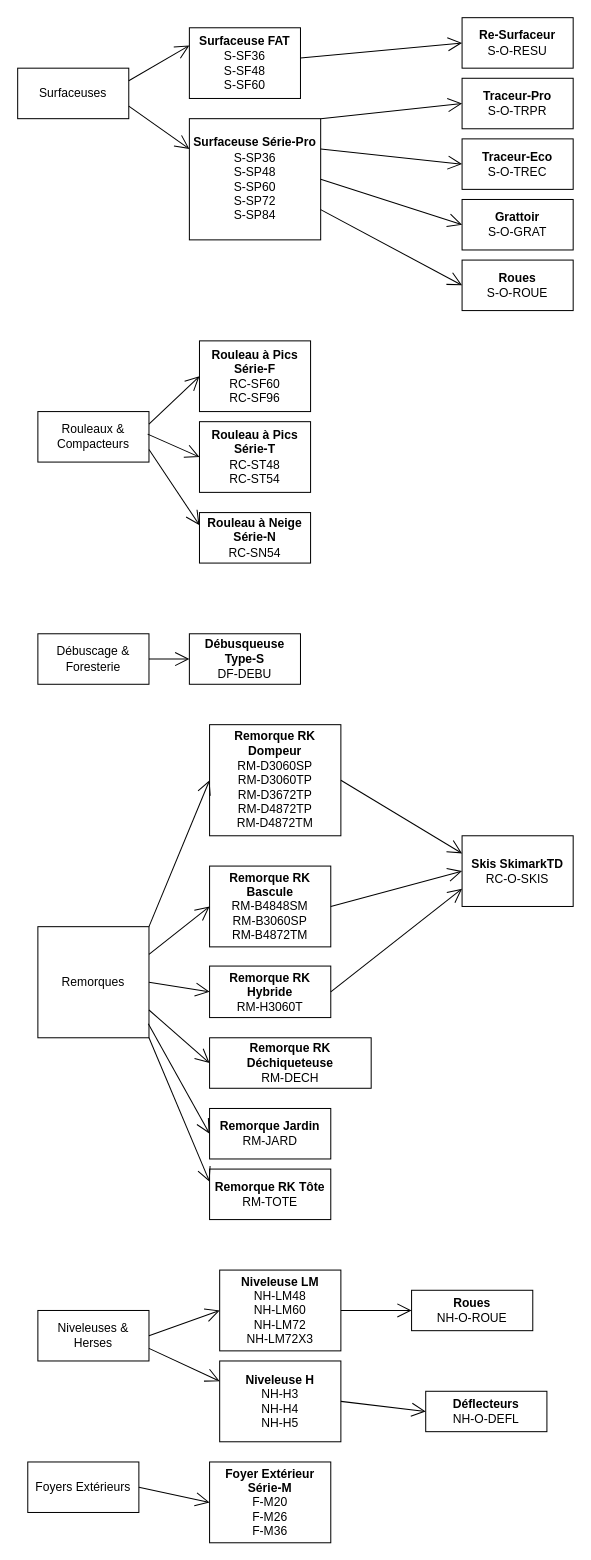
The draw.io diagram doc et autres/Lemark produits.drawio in LordTriscuit97/lemark_website, before the edit. Source tidied: cells renumbered, new cells numbered last; positions are measured from the earlier drawing's top-left corner, leaving out a move shared by most shapes. Both pictures are drawn from the tidied source at 101%, with x=0, y=0 at pixel (17, 17).
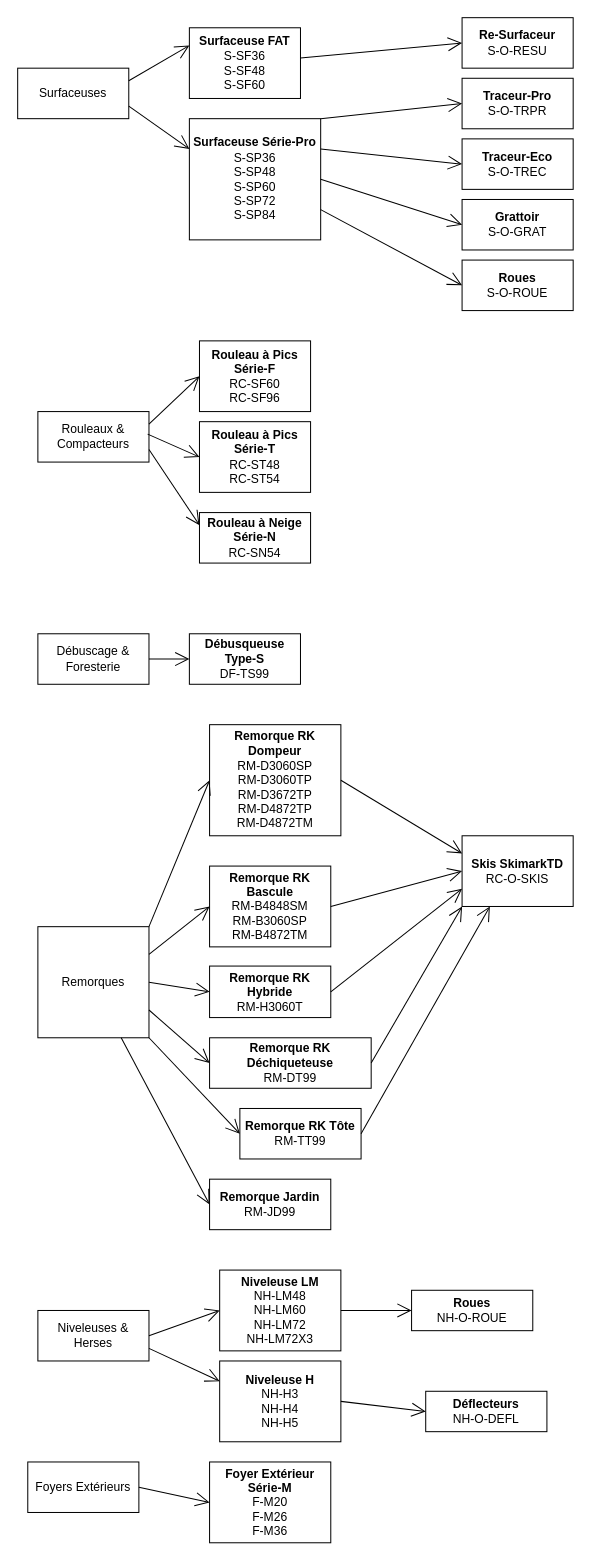
The same diagram, later.

Unchanged cells that the change refers to:
```xml
<mxCell id="4" value="Remorques" style="html=1;whiteSpace=wrap;" parent="1" vertex="1">
  <mxGeometry x="20" y="900" width="110" height="110" as="geometry" />
</mxCell>
<mxCell id="21" value="&lt;b&gt;Skis SkimarkTD&lt;/b&gt;&lt;div&gt;RC-O-SKIS&lt;/div&gt;" style="html=1;whiteSpace=wrap;" parent="1" vertex="1">
  <mxGeometry x="440" y="810" width="110" height="70" as="geometry" />
</mxCell>
```

Diff of the diagram source:
```diff
@@
-    <mxCell id="17" value="&lt;b&gt;Débusqueuse Type-S&lt;/b&gt;&lt;div&gt;DF-DEBU&lt;/div&gt;" style="html=1;whiteSpace=wrap;" parent="1" vertex="1">
+    <mxCell id="17" value="&lt;b&gt;Débusqueuse Type-S&lt;/b&gt;&lt;div&gt;DF-TS99&lt;/div&gt;" style="html=1;whiteSpace=wrap;" parent="1" vertex="1">
       <mxGeometry x="170" y="610" width="110" height="50" as="geometry" />
     </mxCell>
@@
-    <mxCell id="22" value="&lt;b&gt;Remorque RK Déchiqueteuse&lt;/b&gt;&lt;div&gt;RM-DECH&lt;/div&gt;" style="html=1;whiteSpace=wrap;" parent="1" vertex="1">
+    <mxCell id="22" value="&lt;b&gt;Remorque RK Déchiqueteuse&lt;/b&gt;&lt;div&gt;RM-DT99&lt;/div&gt;" style="html=1;whiteSpace=wrap;" parent="1" vertex="1">
       <mxGeometry x="190" y="1010" width="160" height="50" as="geometry" />
     </mxCell>
-    <mxCell id="23" value="&lt;b&gt;Remorque Jardin&lt;/b&gt;&lt;div&gt;RM-JARD&lt;/div&gt;" style="html=1;whiteSpace=wrap;" parent="1" vertex="1">
-      <mxGeometry x="190" y="1080" width="120" height="50" as="geometry" />
+    <mxCell id="23" value="&lt;b&gt;Remorque Jardin&lt;/b&gt;&lt;div&gt;RM-JD99&lt;/div&gt;" style="html=1;whiteSpace=wrap;" parent="1" vertex="1">
+      <mxGeometry x="190" y="1150" width="120" height="50" as="geometry" />
     </mxCell>
-    <mxCell id="24" value="&lt;b&gt;Remorque RK Tôte&lt;/b&gt;&lt;div&gt;RM-TOTE&lt;/div&gt;" style="html=1;whiteSpace=wrap;" parent="1" vertex="1">
-      <mxGeometry x="190" y="1140" width="120" height="50" as="geometry" />
+    <mxCell id="24" value="&lt;b&gt;Remorque RK Tôte&lt;/b&gt;&lt;div&gt;RM-TT99&lt;/div&gt;" style="html=1;whiteSpace=wrap;" parent="1" vertex="1">
+      <mxGeometry x="220" y="1080" width="120" height="50" as="geometry" />
     </mxCell>
@@
-    <mxCell id="41" style="endArrow=open;endFill=1;endSize=12;html=1;rounded=0;entryX=0;entryY=0.5;entryDx=0;entryDy=0;exitX=0.994;exitY=0.873;exitDx=0;exitDy=0;exitPerimeter=0;" parent="1" edge="1" source="4" target="23">
-      <mxGeometry relative="1" as="geometry" />
-    </mxCell>
@@
-    <mxCell id="46" style="endArrow=open;endFill=1;endSize=12;html=1;rounded=0;entryX=0;entryY=0.25;entryDx=0;entryDy=0;exitX=1;exitY=1;exitDx=0;exitDy=0;" parent="1" edge="1" source="4" target="24">
-      <mxGeometry relative="1" as="geometry" />
-    </mxCell>
@@
+    <mxCell id="56" style="endArrow=open;endFill=1;endSize=12;html=1;rounded=0;entryX=0;entryY=1;entryDx=0;entryDy=0;exitX=1;exitY=0.5;exitDx=0;exitDy=0;" parent="1" edge="1" source="22" target="21">
+      <mxGeometry relative="1" as="geometry" />
+    </mxCell>
+    <mxCell id="57" style="endArrow=open;endFill=1;endSize=12;html=1;rounded=0;entryX=0.25;entryY=1;entryDx=0;entryDy=0;exitX=1;exitY=0.5;exitDx=0;exitDy=0;" parent="1" edge="1" source="24" target="21">
+      <mxGeometry relative="1" as="geometry" />
+    </mxCell>
+    <mxCell id="46" style="endArrow=open;endFill=1;endSize=12;html=1;rounded=0;entryX=0;entryY=0.5;entryDx=0;entryDy=0;exitX=1;exitY=1;exitDx=0;exitDy=0;" parent="1" edge="1" source="4" target="24">
+      <mxGeometry relative="1" as="geometry" />
+    </mxCell>
+    <mxCell id="41" style="endArrow=open;endFill=1;endSize=12;html=1;rounded=0;entryX=0;entryY=0.5;entryDx=0;entryDy=0;exitX=0.75;exitY=1;exitDx=0;exitDy=0;" parent="1" edge="1" source="4" target="23">
+      <mxGeometry relative="1" as="geometry" />
+    </mxCell>
```
